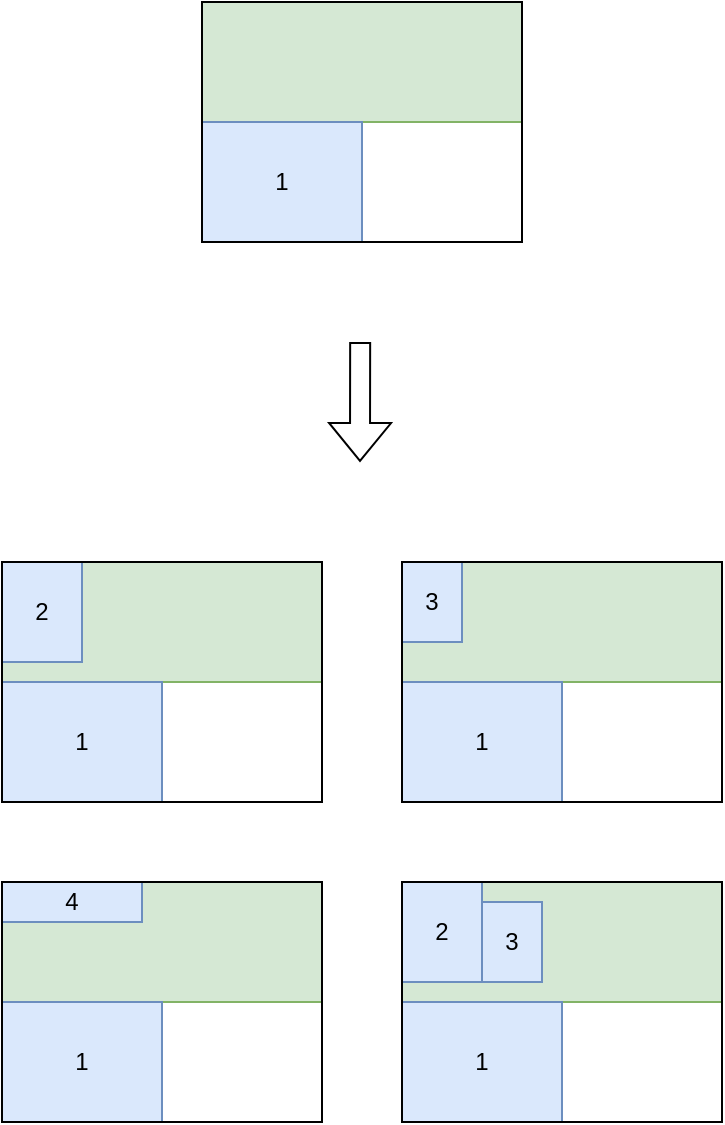
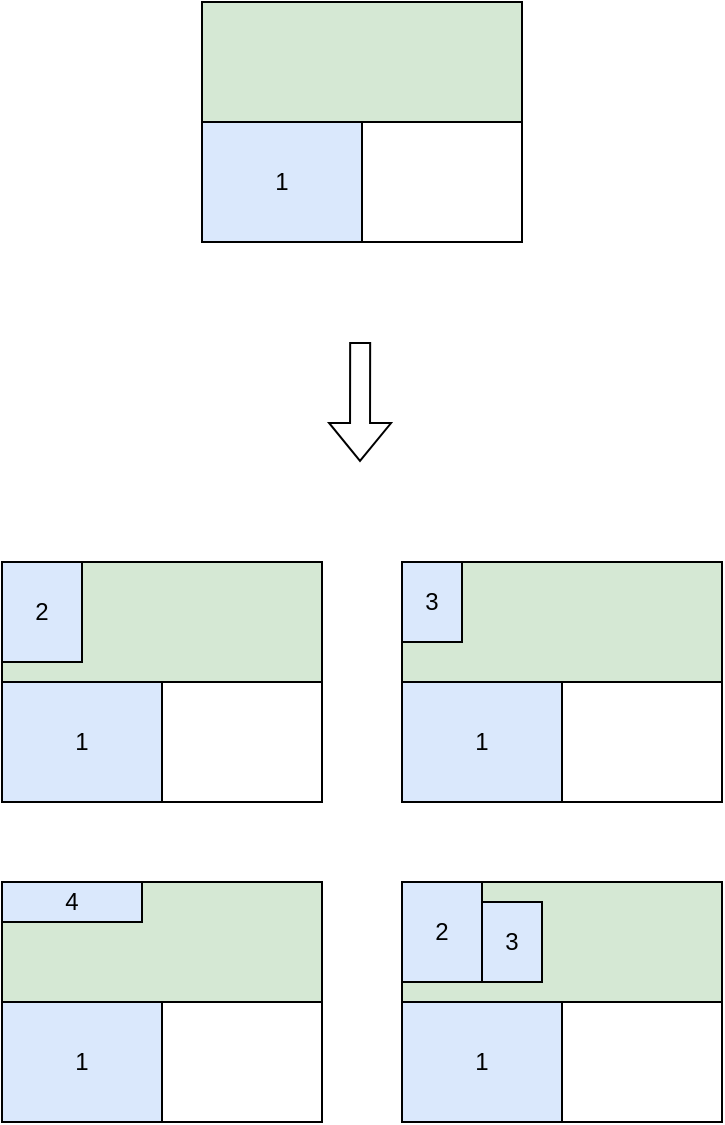
<mxfile host="Electron" agent="5.0 (Windows NT 10.0; Win64; x64) AppleWebKit/537.36 (KHTML, like Gecko) draw.io/14.5.1 Chrome/89.0.4389.82 Electron/12.0.1 Safari/537.36">
  <diagram name="Page-1" id="02KkKBvZYiK5bZEBiGTV">
    <mxGraphModel dx="2934" dy="2405" grid="1" gridSize="10" guides="1" tooltips="1" connect="1" arrows="1" fold="1" page="1" pageScale="1" pageWidth="827" pageHeight="1169" math="0" shadow="0">
      <root>
        <mxCell id="0" />
        <mxCell id="1" parent="0" />
-         <mxCell id="jWXg6C8XzQNhR6zqakxk-22" parent="1" style="rounded=0;whiteSpace=wrap;html=1;fillColor=#d5e8d4;strokeColor=#82b366;" value="" vertex="1">
+         <mxCell id="jWXg6C8XzQNhR6zqakxk-22" parent="1" style="rounded=0;whiteSpace=wrap;html=1;fillColor=#d5e8d4;strokeColor=#000000;" value="" vertex="1">
          <mxGeometry height="60" width="160" x="300" y="-280" as="geometry" />
        </mxCell>
-         <mxCell id="jWXg6C8XzQNhR6zqakxk-18" parent="1" style="rounded=0;whiteSpace=wrap;html=1;fillColor=#d5e8d4;strokeColor=#82b366;" value="" vertex="1">
+         <mxCell id="jWXg6C8XzQNhR6zqakxk-18" parent="1" style="rounded=0;whiteSpace=wrap;html=1;fillColor=#d5e8d4;strokeColor=#000000;" value="" vertex="1">
          <mxGeometry height="60" width="160" x="100" y="-280" as="geometry" />
        </mxCell>
-         <mxCell id="jWXg6C8XzQNhR6zqakxk-14" parent="1" style="rounded=0;whiteSpace=wrap;html=1;fillColor=#d5e8d4;strokeColor=#82b366;" value="" vertex="1">
+         <mxCell id="jWXg6C8XzQNhR6zqakxk-14" parent="1" style="rounded=0;whiteSpace=wrap;html=1;fillColor=#d5e8d4;strokeColor=#000000;" value="" vertex="1">
          <mxGeometry height="60" width="160" x="300" y="-440" as="geometry" />
        </mxCell>
-         <mxCell id="jWXg6C8XzQNhR6zqakxk-11" parent="1" style="rounded=0;whiteSpace=wrap;html=1;fillColor=#d5e8d4;strokeColor=#82b366;" value="" vertex="1">
+         <mxCell id="jWXg6C8XzQNhR6zqakxk-11" parent="1" style="rounded=0;whiteSpace=wrap;html=1;fillColor=#d5e8d4;strokeColor=#000000;" value="" vertex="1">
          <mxGeometry height="60" width="160" x="100" y="-440" as="geometry" />
        </mxCell>
-         <mxCell id="o4o6MwdlSY0Pu_kK7GNF-5" parent="1" style="rounded=0;whiteSpace=wrap;html=1;fillColor=#dae8fc;strokeColor=#6c8ebf;" value="2" vertex="1">
+         <mxCell id="o4o6MwdlSY0Pu_kK7GNF-5" parent="1" style="rounded=0;whiteSpace=wrap;html=1;fillColor=#dae8fc;strokeColor=#000000;" value="2" vertex="1">
          <mxGeometry height="50" width="40" x="300" y="-280" as="geometry" />
        </mxCell>
-         <mxCell id="o4o6MwdlSY0Pu_kK7GNF-6" parent="1" style="rounded=0;whiteSpace=wrap;html=1;fillColor=#dae8fc;strokeColor=#6c8ebf;" value="3" vertex="1">
+         <mxCell id="o4o6MwdlSY0Pu_kK7GNF-6" parent="1" style="rounded=0;whiteSpace=wrap;html=1;fillColor=#dae8fc;strokeColor=#000000;" value="3" vertex="1">
          <mxGeometry height="40" width="30" x="340" y="-270" as="geometry" />
        </mxCell>
-         <mxCell id="o4o6MwdlSY0Pu_kK7GNF-8" parent="1" style="rounded=0;whiteSpace=wrap;html=1;fillColor=#dae8fc;strokeColor=#6c8ebf;" value="2" vertex="1">
+         <mxCell id="o4o6MwdlSY0Pu_kK7GNF-8" parent="1" style="rounded=0;whiteSpace=wrap;html=1;fillColor=#dae8fc;strokeColor=#000000;" value="2" vertex="1">
          <mxGeometry height="50" width="40" x="100" y="-440" as="geometry" />
        </mxCell>
-         <mxCell id="o4o6MwdlSY0Pu_kK7GNF-9" parent="1" style="rounded=0;whiteSpace=wrap;html=1;fillColor=#dae8fc;strokeColor=#6c8ebf;" value="3" vertex="1">
+         <mxCell id="o4o6MwdlSY0Pu_kK7GNF-9" parent="1" style="rounded=0;whiteSpace=wrap;html=1;fillColor=#dae8fc;strokeColor=#000000;" value="3" vertex="1">
          <mxGeometry height="40" width="30" x="300" y="-440" as="geometry" />
        </mxCell>
-         <mxCell id="o4o6MwdlSY0Pu_kK7GNF-16" parent="1" style="rounded=0;whiteSpace=wrap;html=1;fillColor=#dae8fc;strokeColor=#6c8ebf;" value="4" vertex="1">
+         <mxCell id="o4o6MwdlSY0Pu_kK7GNF-16" parent="1" style="rounded=0;whiteSpace=wrap;html=1;fillColor=#dae8fc;strokeColor=#000000;" value="4" vertex="1">
          <mxGeometry height="20" width="70" x="100" y="-280" as="geometry" />
        </mxCell>
-         <mxCell id="jWXg6C8XzQNhR6zqakxk-7" parent="1" style="rounded=0;whiteSpace=wrap;html=1;fillColor=#d5e8d4;strokeColor=#82b366;" value="" vertex="1">
+         <mxCell id="jWXg6C8XzQNhR6zqakxk-7" parent="1" style="rounded=0;whiteSpace=wrap;html=1;fillColor=#d5e8d4;strokeColor=#000000;" value="" vertex="1">
          <mxGeometry height="60" width="160" x="200" y="-720" as="geometry" />
        </mxCell>
-         <mxCell id="jWXg6C8XzQNhR6zqakxk-8" parent="1" style="rounded=0;whiteSpace=wrap;html=1;fillColor=#dae8fc;strokeColor=#6c8ebf;" value="1" vertex="1">
+         <mxCell id="jWXg6C8XzQNhR6zqakxk-8" parent="1" style="rounded=0;whiteSpace=wrap;html=1;fillColor=#dae8fc;strokeColor=#000000;" value="1" vertex="1">
          <mxGeometry height="60" width="80" x="200" y="-660" as="geometry" />
        </mxCell>
-         <mxCell id="jWXg6C8XzQNhR6zqakxk-9" parent="1" style="rounded=0;whiteSpace=wrap;html=1;fillColor=none;" value="" vertex="1">
+         <mxCell id="jWXg6C8XzQNhR6zqakxk-9" parent="1" style="rounded=0;whiteSpace=wrap;html=1;fillColor=none;strokeColor=#000000;" value="" vertex="1">
          <mxGeometry height="120" width="160" x="200" y="-720" as="geometry" />
        </mxCell>
-         <mxCell id="jWXg6C8XzQNhR6zqakxk-10" edge="1" parent="1" style="shape=flexArrow;endArrow=classic;html=1;rounded=0;" value="">
+         <mxCell id="jWXg6C8XzQNhR6zqakxk-10" edge="1" parent="1" style="shape=flexArrow;endArrow=classic;html=1;rounded=0;strokeColor=#000000;" value="">
          <mxGeometry height="50" relative="1" width="50" as="geometry">
            <mxPoint x="279.08" y="-550" as="sourcePoint" />
            <mxPoint x="279" y="-490" as="targetPoint" />
          </mxGeometry>
        </mxCell>
-         <mxCell id="jWXg6C8XzQNhR6zqakxk-12" parent="1" style="rounded=0;whiteSpace=wrap;html=1;fillColor=#dae8fc;strokeColor=#6c8ebf;" value="1" vertex="1">
+         <mxCell id="jWXg6C8XzQNhR6zqakxk-12" parent="1" style="rounded=0;whiteSpace=wrap;html=1;fillColor=#dae8fc;strokeColor=#000000;" value="1" vertex="1">
          <mxGeometry height="60" width="80" x="100" y="-380" as="geometry" />
        </mxCell>
-         <mxCell id="jWXg6C8XzQNhR6zqakxk-13" parent="1" style="rounded=0;whiteSpace=wrap;html=1;fillColor=none;" value="" vertex="1">
+         <mxCell id="jWXg6C8XzQNhR6zqakxk-13" parent="1" style="rounded=0;whiteSpace=wrap;html=1;fillColor=none;strokeColor=#000000;" value="" vertex="1">
          <mxGeometry height="120" width="160" x="100" y="-440" as="geometry" />
        </mxCell>
-         <mxCell id="jWXg6C8XzQNhR6zqakxk-16" parent="1" style="rounded=0;whiteSpace=wrap;html=1;fillColor=#dae8fc;strokeColor=#6c8ebf;" value="1" vertex="1">
+         <mxCell id="jWXg6C8XzQNhR6zqakxk-16" parent="1" style="rounded=0;whiteSpace=wrap;html=1;fillColor=#dae8fc;strokeColor=#000000;" value="1" vertex="1">
          <mxGeometry height="60" width="80" x="300" y="-380" as="geometry" />
        </mxCell>
-         <mxCell id="jWXg6C8XzQNhR6zqakxk-17" parent="1" style="rounded=0;whiteSpace=wrap;html=1;fillColor=none;" value="" vertex="1">
+         <mxCell id="jWXg6C8XzQNhR6zqakxk-17" parent="1" style="rounded=0;whiteSpace=wrap;html=1;fillColor=none;strokeColor=#000000;" value="" vertex="1">
          <mxGeometry height="120" width="160" x="300" y="-440" as="geometry" />
        </mxCell>
-         <mxCell id="jWXg6C8XzQNhR6zqakxk-20" parent="1" style="rounded=0;whiteSpace=wrap;html=1;fillColor=#dae8fc;strokeColor=#6c8ebf;" value="1" vertex="1">
+         <mxCell id="jWXg6C8XzQNhR6zqakxk-20" parent="1" style="rounded=0;whiteSpace=wrap;html=1;fillColor=#dae8fc;strokeColor=#000000;" value="1" vertex="1">
          <mxGeometry height="60" width="80" x="100" y="-220" as="geometry" />
        </mxCell>
-         <mxCell id="jWXg6C8XzQNhR6zqakxk-21" parent="1" style="rounded=0;whiteSpace=wrap;html=1;fillColor=none;" value="" vertex="1">
+         <mxCell id="jWXg6C8XzQNhR6zqakxk-21" parent="1" style="rounded=0;whiteSpace=wrap;html=1;fillColor=none;strokeColor=#000000;" value="" vertex="1">
          <mxGeometry height="120" width="160" x="100" y="-280" as="geometry" />
        </mxCell>
-         <mxCell id="jWXg6C8XzQNhR6zqakxk-24" parent="1" style="rounded=0;whiteSpace=wrap;html=1;fillColor=#dae8fc;strokeColor=#6c8ebf;" value="1" vertex="1">
+         <mxCell id="jWXg6C8XzQNhR6zqakxk-24" parent="1" style="rounded=0;whiteSpace=wrap;html=1;fillColor=#dae8fc;strokeColor=#000000;" value="1" vertex="1">
          <mxGeometry height="60" width="80" x="300" y="-220" as="geometry" />
        </mxCell>
-         <mxCell id="jWXg6C8XzQNhR6zqakxk-25" parent="1" style="rounded=0;whiteSpace=wrap;html=1;fillColor=none;" value="" vertex="1">
+         <mxCell id="jWXg6C8XzQNhR6zqakxk-25" parent="1" style="rounded=0;whiteSpace=wrap;html=1;fillColor=none;strokeColor=#000000;" value="" vertex="1">
          <mxGeometry height="120" width="160" x="300" y="-280" as="geometry" />
        </mxCell>
      </root>
    </mxGraphModel>
  </diagram>
</mxfile>
